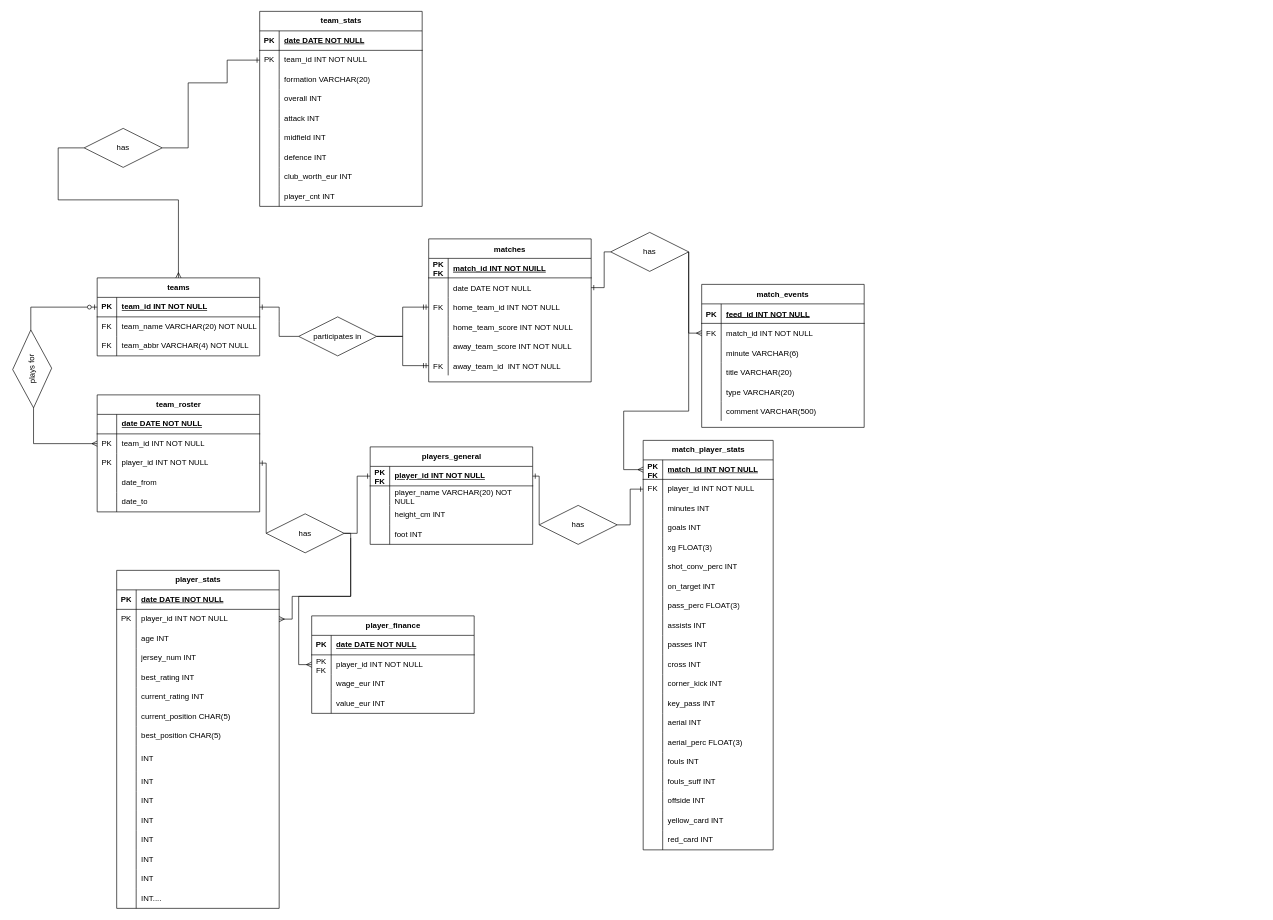
diffeyn/MLS keeps this draw.io diagram as Schema.drawio. Above is the earlier version. Source tidied: cells renumbered, new cells numbered last; positions are measured from the earlier drawing's top-left corner, leaving out a move shared by most shapes. Both pictures are drawn from the tidied source at 65%, with x=0, y=0 at pixel (-7, 11).
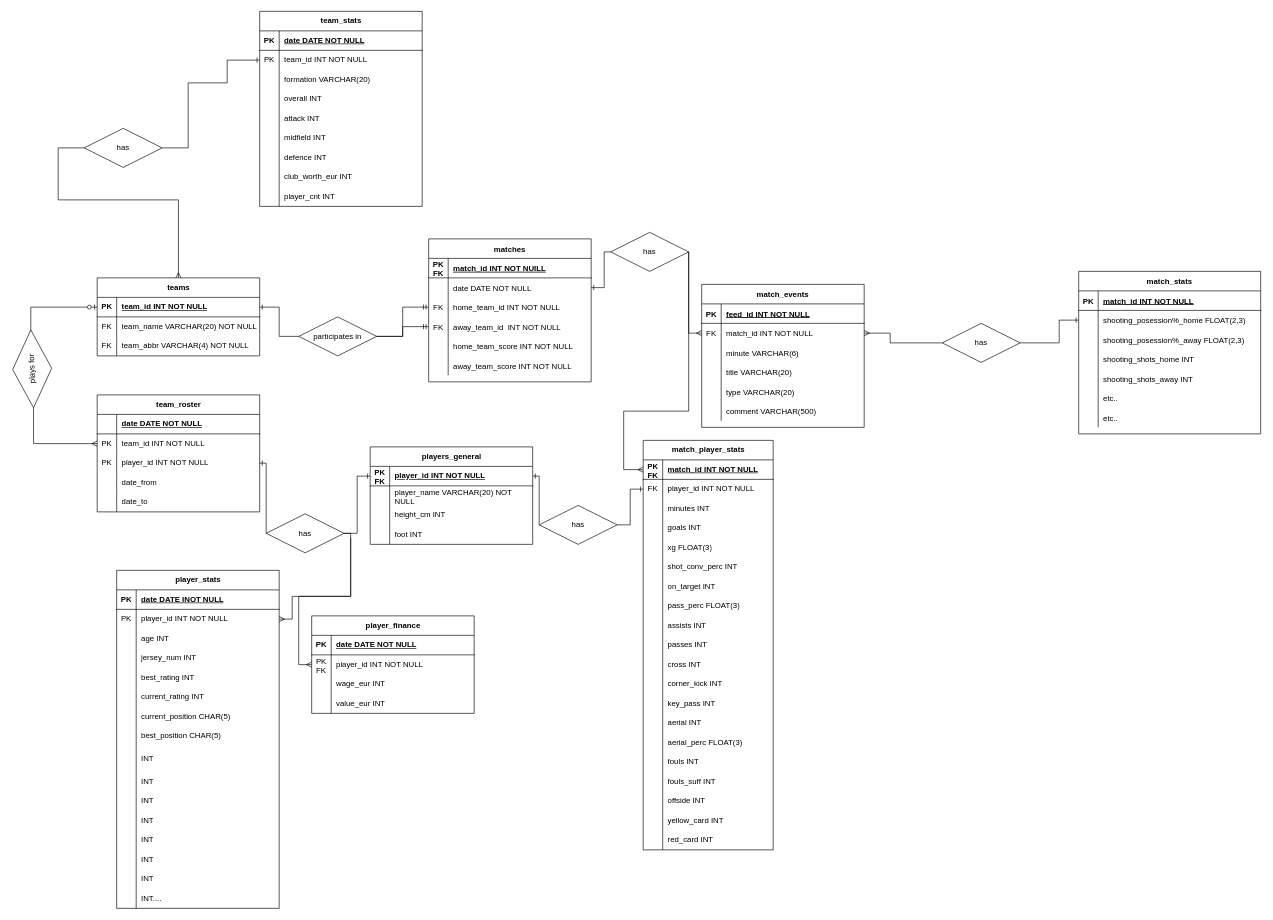
After the change.

The change refers to these unchanged cells:
```xml
<mxCell id="2" value="matches" style="shape=table;startSize=30;childLayout=tableLayout;rowLines=0;fontStyle=1;align=center;" parent="1" vertex="1">
  <mxGeometry x="670" y="350" width="250" height="220" as="geometry" />
</mxCell>
<mxCell id="126" style="shape=partialRectangle;fillColor=none;points=[[0,0.5],[1,0.5]];portConstraint=eastwest;top=0;left=0;right=0;bottom=0;" parent="122" vertex="1">
  <mxGeometry y="60" width="250" height="30" as="geometry" />
</mxCell>
```

The edit, as a diff of the source:
```diff
@@
+    <mxCell id="18" style="shape=partialRectangle;fillColor=none;points=[[0,0.5],[1,0.5]];portConstraint=eastwest;top=0;left=0;right=0;bottom=0;" parent="2" vertex="1">
+      <mxGeometry y="120" width="250" height="30" as="geometry" />
+    </mxCell>
+    <mxCell id="19" value="FK" style="shape=partialRectangle;overflow=hidden;fillColor=none;top=0;left=0;bottom=0;right=0;" parent="18" vertex="1">
+      <mxGeometry width="30" height="30" as="geometry" />
+    </mxCell>
+    <mxCell id="20" value="away_team_id  INT NOT NULL" style="shape=partialRectangle;overflow=hidden;fillColor=none;top=0;left=0;bottom=0;right=0;align=left;spacingLeft=6;" parent="18" vertex="1">
+      <mxGeometry x="30" width="220" height="30" as="geometry" />
+    </mxCell>
     <mxCell id="12" style="shape=partialRectangle;fillColor=none;top=0;left=0;right=0;bottom=0;" parent="2" vertex="1">
-      <mxGeometry y="120" width="250" height="30" as="geometry" />
+      <mxGeometry y="150" width="250" height="30" as="geometry" />
     </mxCell>
@@
     <mxCell id="15" style="shape=partialRectangle;fillColor=none;top=0;left=0;right=0;bottom=0;" parent="2" vertex="1">
-      <mxGeometry y="150" width="250" height="30" as="geometry" />
+      <mxGeometry y="180" width="250" height="30" as="geometry" />
     </mxCell>
@@
-    <mxCell id="18" style="shape=partialRectangle;fillColor=none;points=[[0,0.5],[1,0.5]];portConstraint=eastwest;top=0;left=0;right=0;bottom=0;" parent="2" vertex="1">
-      <mxGeometry y="180" width="250" height="30" as="geometry" />
-    </mxCell>
-    <mxCell id="19" value="FK" style="shape=partialRectangle;overflow=hidden;fillColor=none;top=0;left=0;bottom=0;right=0;" parent="18" vertex="1">
-      <mxGeometry width="30" height="30" as="geometry" />
-    </mxCell>
-    <mxCell id="20" value="away_team_id  INT NOT NULL" style="shape=partialRectangle;overflow=hidden;fillColor=none;top=0;left=0;bottom=0;right=0;align=left;spacingLeft=6;" parent="18" vertex="1">
-      <mxGeometry x="30" width="220" height="30" as="geometry" />
-    </mxCell>
@@
+    <mxCell id="252" value="match_stats" style="shape=table;startSize=30;childLayout=tableLayout;rowLines=0;fontStyle=1;align=center;" parent="1" vertex="1">
+      <mxGeometry x="1670" y="400" width="280" height="250" as="geometry" />
+    </mxCell>
+    <mxCell id="253" style="shape=partialRectangle;fillColor=none;top=0;left=0;right=0;bottom=1;" parent="252" vertex="1">
+      <mxGeometry y="30" width="280" height="30" as="geometry" />
+    </mxCell>
+    <mxCell id="254" value="PK" style="shape=partialRectangle;overflow=hidden;fillColor=none;top=0;left=0;bottom=0;right=0;fontStyle=1;" parent="253" vertex="1">
+      <mxGeometry width="30" height="30" as="geometry" />
+    </mxCell>
+    <mxCell id="255" value="match_id INT NOT NULL" style="shape=partialRectangle;overflow=hidden;fillColor=none;top=0;left=0;bottom=0;right=0;align=left;spacingLeft=6;fontStyle=5;" parent="253" vertex="1">
+      <mxGeometry x="30" width="250" height="30" as="geometry" />
+    </mxCell>
+    <mxCell id="256" style="shape=partialRectangle;fillColor=none;points=[[0,0.5],[1,0.5]];portConstraint=eastwest;top=0;left=0;right=0;bottom=0;" parent="252" vertex="1">
+      <mxGeometry y="60" width="280" height="30" as="geometry" />
+    </mxCell>
+    <mxCell id="257" style="shape=partialRectangle;overflow=hidden;fillColor=none;top=0;left=0;bottom=0;right=0;" parent="256" vertex="1">
+      <mxGeometry width="30" height="30" as="geometry" />
+    </mxCell>
+    <mxCell id="258" value="shooting_posession%_home FLOAT(2,3)" style="shape=partialRectangle;overflow=hidden;fillColor=none;top=0;left=0;bottom=0;right=0;align=left;spacingLeft=6;" parent="256" vertex="1">
+      <mxGeometry x="30" width="250" height="30" as="geometry" />
+    </mxCell>
+    <mxCell id="259" style="shape=partialRectangle;fillColor=none;top=0;left=0;right=0;bottom=0;" parent="252" vertex="1">
+      <mxGeometry y="90" width="280" height="30" as="geometry" />
+    </mxCell>
+    <mxCell id="260" style="shape=partialRectangle;overflow=hidden;fillColor=none;top=0;left=0;bottom=0;right=0;" parent="259" vertex="1">
+      <mxGeometry width="30" height="30" as="geometry" />
+    </mxCell>
+    <mxCell id="261" value="shooting_posession%_away FLOAT(2,3)" style="shape=partialRectangle;overflow=hidden;fillColor=none;top=0;left=0;bottom=0;right=0;align=left;spacingLeft=6;" parent="259" vertex="1">
+      <mxGeometry x="30" width="250" height="30" as="geometry" />
+    </mxCell>
+    <mxCell id="262" style="shape=partialRectangle;fillColor=none;top=0;left=0;right=0;bottom=0;" parent="252" vertex="1">
+      <mxGeometry y="120" width="280" height="30" as="geometry" />
+    </mxCell>
+    <mxCell id="263" style="shape=partialRectangle;overflow=hidden;fillColor=none;top=0;left=0;bottom=0;right=0;" parent="262" vertex="1">
+      <mxGeometry width="30" height="30" as="geometry" />
+    </mxCell>
+    <mxCell id="264" value="shooting_shots_home INT " style="shape=partialRectangle;overflow=hidden;fillColor=none;top=0;left=0;bottom=0;right=0;align=left;spacingLeft=6;" parent="262" vertex="1">
+      <mxGeometry x="30" width="250" height="30" as="geometry" />
+    </mxCell>
+    <mxCell id="265" style="shape=partialRectangle;fillColor=none;top=0;left=0;right=0;bottom=0;" parent="252" vertex="1">
+      <mxGeometry y="150" width="280" height="30" as="geometry" />
+    </mxCell>
+    <mxCell id="266" style="shape=partialRectangle;overflow=hidden;fillColor=none;top=0;left=0;bottom=0;right=0;" parent="265" vertex="1">
+      <mxGeometry width="30" height="30" as="geometry" />
+    </mxCell>
+    <mxCell id="267" value="shooting_shots_away INT" style="shape=partialRectangle;overflow=hidden;fillColor=none;top=0;left=0;bottom=0;right=0;align=left;spacingLeft=6;" parent="265" vertex="1">
+      <mxGeometry x="30" width="250" height="30" as="geometry" />
+    </mxCell>
+    <mxCell id="268" style="shape=partialRectangle;fillColor=none;top=0;left=0;right=0;bottom=0;" parent="252" vertex="1">
+      <mxGeometry y="180" width="280" height="30" as="geometry" />
+    </mxCell>
+    <mxCell id="269" style="shape=partialRectangle;overflow=hidden;fillColor=none;top=0;left=0;bottom=0;right=0;" parent="268" vertex="1">
+      <mxGeometry width="30" height="30" as="geometry" />
+    </mxCell>
+    <mxCell id="270" value="etc.." style="shape=partialRectangle;overflow=hidden;fillColor=none;top=0;left=0;bottom=0;right=0;align=left;spacingLeft=6;" parent="268" vertex="1">
+      <mxGeometry x="30" width="250" height="30" as="geometry" />
+    </mxCell>
+    <mxCell id="271" style="shape=partialRectangle;fillColor=none;top=0;left=0;right=0;bottom=0;" parent="252" vertex="1">
+      <mxGeometry y="210" width="280" height="30" as="geometry" />
+    </mxCell>
+    <mxCell id="272" style="shape=partialRectangle;overflow=hidden;fillColor=none;top=0;left=0;bottom=0;right=0;" parent="271" vertex="1">
+      <mxGeometry width="30" height="30" as="geometry" />
+    </mxCell>
+    <mxCell id="273" value="etc.." style="shape=partialRectangle;overflow=hidden;fillColor=none;top=0;left=0;bottom=0;right=0;align=left;spacingLeft=6;" parent="271" vertex="1">
+      <mxGeometry x="30" width="250" height="30" as="geometry" />
+    </mxCell>
+    <mxCell id="274" value="has" style="shape=rhombus;perimeter=rhombusPerimeter;whiteSpace=wrap;html=1;align=center;" parent="1" vertex="1">
+      <mxGeometry x="1460" y="480" width="120" height="60" as="geometry" />
+    </mxCell>
+    <mxCell id="275" style="edgeStyle=orthogonalEdgeStyle;rounded=0;jettySize=auto;html=1;entryX=0;entryY=0.5;entryDx=0;entryDy=0;endArrow=ERone;endFill=0;exitX=1;exitY=0.5;exitDx=0;exitDy=0;" parent="1" edge="1" source="274" target="256">
+      <mxGeometry relative="1" as="geometry">
+        <Array as="points">
+          <mxPoint x="1640" y="510" />
+          <mxPoint x="1640" y="475" />
+        </Array>
+      </mxGeometry>
+    </mxCell>
+    <mxCell id="276" style="edgeStyle=orthogonalEdgeStyle;rounded=0;jettySize=auto;html=1;exitX=1;exitY=0.5;exitDx=0;exitDy=0;endArrow=none;endFill=0;startArrow=ERmany;startFill=0;entryX=0;entryY=0.5;entryDx=0;entryDy=0;" parent="1" edge="1" source="126" target="274">
+      <mxGeometry relative="1" as="geometry">
+        <Array as="points">
+          <mxPoint x="1380" y="495" />
+          <mxPoint x="1380" y="510" />
+        </Array>
+      </mxGeometry>
+    </mxCell>
```
